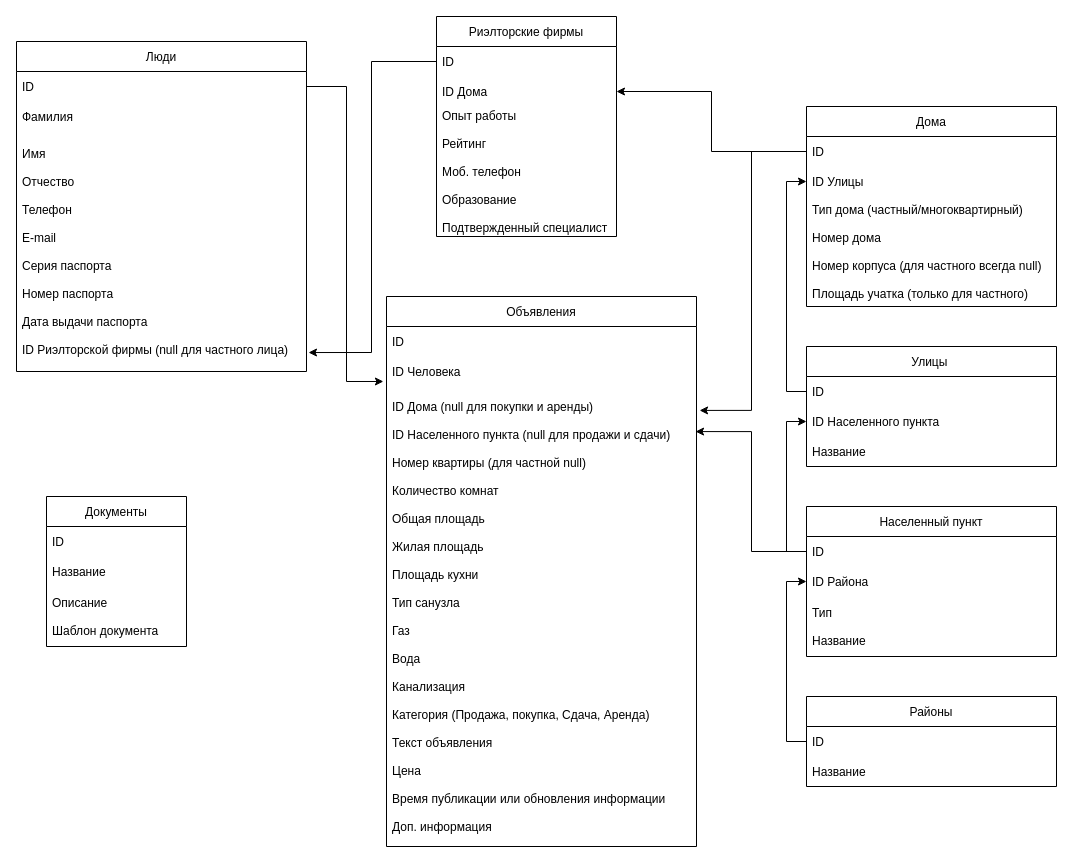
Earlier version of the draw.io diagram ER_model_v2.drawio (SergNov-9183/SQL_Project). Source tidied: cells renumbered, new cells numbered last; positions are measured from the earlier drawing's top-left corner, leaving out a move shared by most shapes. Both pictures are drawn from the tidied source at 100%, with x=0, y=0 at pixel (16, 16).
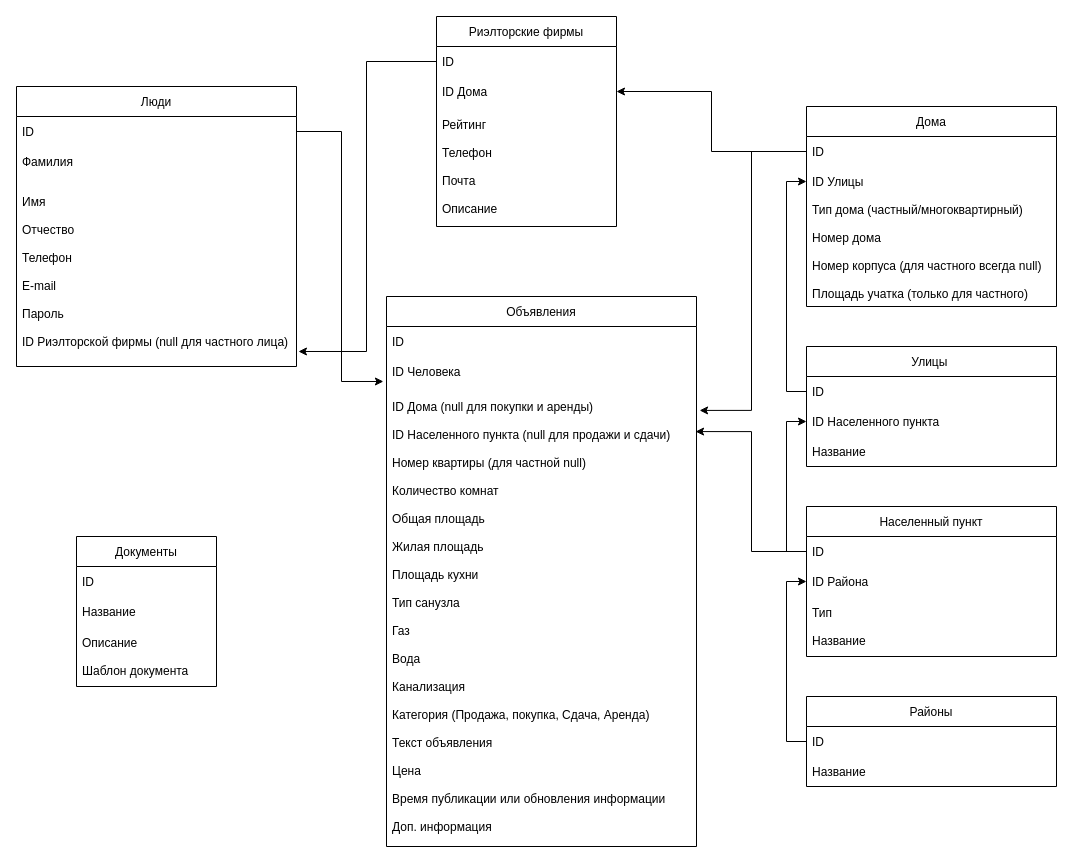
After the change.

The edit, as a diff of the source:
```diff
@@
     <mxCell id="21" value="Риэлторские фирмы" style="swimlane;fontStyle=0;horizontal=1;startSize=30;" parent="1" vertex="1">
-      <mxGeometry x="420" width="180" height="220" as="geometry" />
+      <mxGeometry x="420" width="180" height="210" as="geometry" />
     </mxCell>
@@
-    <mxCell id="24" value="Опыт работы&#10;&#10;Рейтинг&#10;&#10;Моб. телефон&#10;&#10;Образование&#10;&#10;Подтвержденный специалист" style="text;strokeColor=none;fillColor=none;align=left;verticalAlign=middle;spacingLeft=4;spacingRight=4;overflow=hidden;" parent="21" vertex="1">
-      <mxGeometry y="90" width="180" height="130" as="geometry" />
+    <mxCell id="24" value="Рейтинг&#10;&#10;Телефон&#10;&#10;Почта&#10;&#10;Описание" style="text;strokeColor=none;fillColor=none;align=left;verticalAlign=middle;spacingLeft=4;spacingRight=4;overflow=hidden;" parent="21" vertex="1">
+      <mxGeometry y="90" width="180" height="120" as="geometry" />
     </mxCell>
     <mxCell id="25" value="Люди" style="swimlane;fontStyle=0;horizontal=1;startSize=30;" parent="1" vertex="1">
-      <mxGeometry y="25" width="290" height="330" as="geometry" />
+      <mxGeometry y="70" width="280" height="280" as="geometry" />
     </mxCell>
     <mxCell id="26" value="ID" style="text;strokeColor=none;fillColor=none;align=left;verticalAlign=middle;spacingLeft=4;spacingRight=4;overflow=hidden;points=[[0,0.5],[1,0.5]];portConstraint=eastwest;" parent="25" vertex="1">
-      <mxGeometry y="30" width="290" height="30" as="geometry" />
+      <mxGeometry y="30" width="280" height="30" as="geometry" />
     </mxCell>
     <mxCell id="27" value="Фамилия " style="text;strokeColor=none;fillColor=none;align=left;verticalAlign=middle;spacingLeft=4;spacingRight=4;overflow=hidden;" parent="25" vertex="1">
-      <mxGeometry y="60" width="290" height="30" as="geometry" />
+      <mxGeometry y="60" width="280" height="30" as="geometry" />
     </mxCell>
-    <mxCell id="28" value="Имя&#10;&#10;Отчество&#10;&#10;Телефон&#10;&#10;E-mail&#10;&#10;Серия паспорта&#10;&#10;Номер паспорта&#10;&#10;Дата выдачи паспорта&#10;&#10;ID Риэлторской фирмы (null для частного лица)" style="text;strokeColor=none;fillColor=none;align=left;verticalAlign=middle;spacingLeft=4;spacingRight=4;overflow=hidden;points=[[0,0.5],[1,0.5]];portConstraint=eastwest;" parent="25" vertex="1">
-      <mxGeometry y="90" width="290" height="240" as="geometry" />
+    <mxCell id="28" value="Имя&#10;&#10;Отчество&#10;&#10;Телефон&#10;&#10;E-mail&#10;&#10;Пароль&#10;&#10;ID Риэлторской фирмы (null для частного лица)" style="text;strokeColor=none;fillColor=none;align=left;verticalAlign=middle;spacingLeft=4;spacingRight=4;overflow=hidden;points=[[0,0.5],[1,0.5]];portConstraint=eastwest;" parent="25" vertex="1">
+      <mxGeometry y="90" width="280" height="190" as="geometry" />
     </mxCell>
     <mxCell id="29" value="Документы" style="swimlane;fontStyle=0;horizontal=1;startSize=30;" parent="1" vertex="1">
-      <mxGeometry x="30" y="480" width="140" height="150" as="geometry" />
+      <mxGeometry x="60" y="520" width="140" height="150" as="geometry" />
     </mxCell>
```
